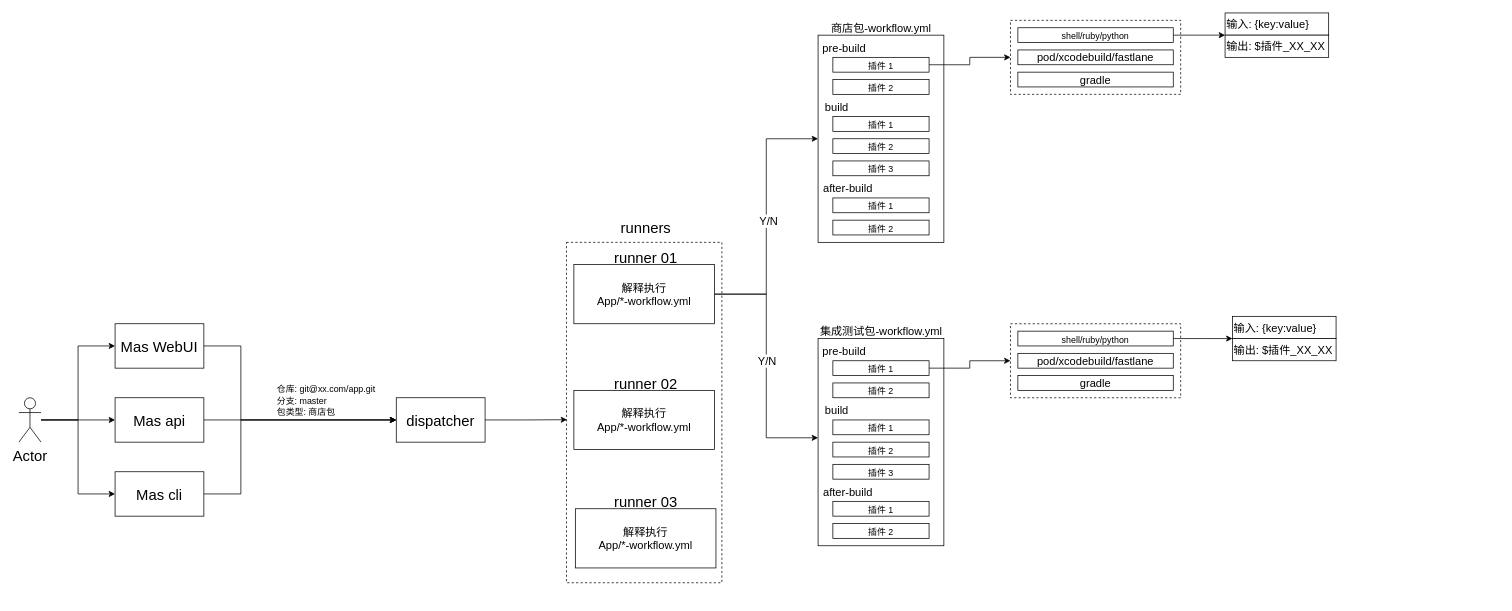
Before: page "Page-4" (4 of 4) of Untitled Diagram.drawio in chutaiyangxiayutian/mlanes, a draw.io diagram. Source tidied: cells renumbered, new cells numbered last; positions are measured from the earlier drawing's top-left corner, leaving out a move shared by most shapes. Both pictures are drawn from the tidied source at 74%, with x=0, y=0 at pixel (18, 13).
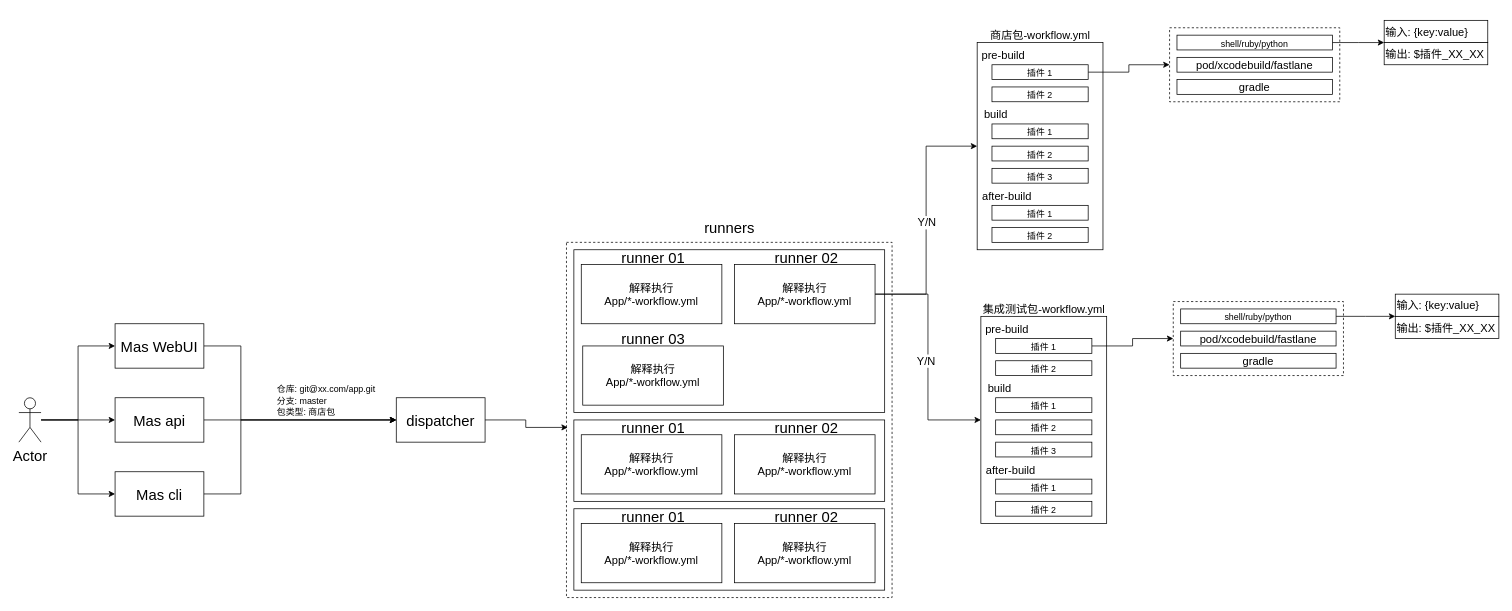
The same diagram, later.

The edit, as a diff of the source:
```diff
@@
+    <mxCell id="3" style="rounded=0;whiteSpace=wrap;html=1;fontSize=20;align=center;dashed=1;" parent="1" vertex="1">
+      <mxGeometry x="740" y="310" width="440" height="480" as="geometry" />
+    </mxCell>
+    <mxCell id="67" style="rounded=0;whiteSpace=wrap;html=1;fontSize=15;align=left;" parent="1" vertex="1">
+      <mxGeometry x="750" y="320" width="420" height="220" as="geometry" />
+    </mxCell>
     <mxCell id="2" style="rounded=0;whiteSpace=wrap;html=1;fontSize=20;align=center;dashed=1;" parent="1" vertex="1">
-      <mxGeometry x="1340" y="10" width="230" height="100" as="geometry" />
+      <mxGeometry x="1555" y="20" width="230" height="100" as="geometry" />
     </mxCell>
-    <mxCell id="3" style="rounded=0;whiteSpace=wrap;html=1;fontSize=20;align=center;dashed=1;" parent="1" vertex="1">
-      <mxGeometry x="740" y="310" width="210" height="460" as="geometry" />
-    </mxCell>
@@
-    <mxCell id="17" style="edgeStyle=orthogonalEdgeStyle;rounded=0;jettySize=auto;html=1;entryX=0;entryY=0.479;entryDx=0;entryDy=0;entryPerimeter=0;fontSize=15;" parent="1" edge="1" source="21" target="44">
-      <mxGeometry relative="1" as="geometry" />
-    </mxCell>
-    <mxCell id="18" value="Y/N" style="edgeLabel;html=1;align=center;verticalAlign=middle;fontSize=15;" parent="17" vertex="1">
-      <mxGeometry x="-0.05" relative="1" as="geometry" />
-    </mxCell>
-    <mxCell id="19" style="edgeStyle=orthogonalEdgeStyle;rounded=0;jettySize=auto;html=1;entryX=0;entryY=0.5;entryDx=0;entryDy=0;fontSize=15;" parent="1" edge="1" source="21" target="26">
-      <mxGeometry relative="1" as="geometry" />
-    </mxCell>
-    <mxCell id="20" value="Y/N" style="edgeLabel;html=1;align=center;verticalAlign=middle;fontSize=15;" parent="19" vertex="1">
-      <mxGeometry x="-0.03" y="-1" relative="1" as="geometry">
-        <mxPoint x="1" as="offset" />
-      </mxGeometry>
-    </mxCell>
     <mxCell id="21" value="&lt;font style=&quot;font-size: 15px&quot;&gt;解释执行 &lt;br&gt;App/*-workflow.yml&lt;/font&gt;" style="rounded=0;whiteSpace=wrap;html=1;fontSize=12;align=center;" parent="1" vertex="1">
-      <mxGeometry x="750" y="340" width="190" height="80" as="geometry" />
+      <mxGeometry x="760" y="340" width="190" height="80" as="geometry" />
     </mxCell>
     <mxCell id="22" value="&lt;span style=&quot;font-size: 20px&quot;&gt;runner 01&lt;/span&gt;" style="text;html=1;align=center;verticalAlign=middle;strokeColor=none;fillColor=none;fontSize=12;" parent="1" vertex="1">
-      <mxGeometry x="797" y="320" width="100" height="20" as="geometry" />
+      <mxGeometry x="807" y="320" width="100" height="20" as="geometry" />
     </mxCell>
     <mxCell id="23" value="&lt;span style=&quot;font-size: 20px&quot;&gt;runner 02&lt;/span&gt;" style="text;html=1;align=center;verticalAlign=middle;strokeColor=none;fillColor=none;fontSize=12;" parent="1" vertex="1">
-      <mxGeometry x="797" y="490" width="100" height="20" as="geometry" />
+      <mxGeometry x="1014" y="320" width="100" height="20" as="geometry" />
     </mxCell>
     <mxCell id="24" value="&lt;span style=&quot;font-size: 20px&quot;&gt;runner 03&lt;/span&gt;" style="text;html=1;align=center;verticalAlign=middle;strokeColor=none;fillColor=none;fontSize=12;" parent="1" vertex="1">
-      <mxGeometry x="797" y="650" width="100" height="20" as="geometry" />
+      <mxGeometry x="807" y="430" width="100" height="20" as="geometry" />
     </mxCell>
     <mxCell id="25" value="&lt;span style=&quot;font-size: 20px&quot;&gt;runners&lt;/span&gt;" style="text;html=1;align=center;verticalAlign=middle;strokeColor=none;fillColor=none;fontSize=12;" parent="1" vertex="1">
-      <mxGeometry x="807" y="280" width="80" height="20" as="geometry" />
+      <mxGeometry x="920" y="280" width="80" height="20" as="geometry" />
     </mxCell>
     <mxCell id="26" style="rounded=0;whiteSpace=wrap;html=1;fontSize=20;align=center;" parent="1" vertex="1">
-      <mxGeometry x="1080" y="30" width="170" height="280" as="geometry" />
+      <mxGeometry x="1295" y="40" width="170" height="280" as="geometry" />
     </mxCell>
     <mxCell id="27" value="&lt;font style=&quot;font-size: 15px&quot;&gt;pre-build&lt;/font&gt;" style="text;html=1;align=center;verticalAlign=middle;strokeColor=none;fillColor=none;fontSize=20;" parent="1" vertex="1">
-      <mxGeometry x="1080" y="30" width="70" height="30" as="geometry" />
+      <mxGeometry x="1295" y="40" width="70" height="30" as="geometry" />
     </mxCell>
@@
     <mxCell id="29" value="&lt;font style=&quot;font-size: 12px&quot;&gt;插件 1&lt;/font&gt;" style="rounded=0;whiteSpace=wrap;html=1;fontSize=15;align=center;" parent="1" vertex="1">
-      <mxGeometry x="1100" y="60" width="130" height="20" as="geometry" />
+      <mxGeometry x="1315" y="70" width="130" height="20" as="geometry" />
     </mxCell>
     <mxCell id="30" value="&lt;font style=&quot;font-size: 12px&quot;&gt;插件 2&lt;/font&gt;" style="rounded=0;whiteSpace=wrap;html=1;fontSize=15;align=center;" parent="1" vertex="1">
-      <mxGeometry x="1100" y="90" width="130" height="20" as="geometry" />
+      <mxGeometry x="1315" y="100" width="130" height="20" as="geometry" />
     </mxCell>
     <mxCell id="31" value="&lt;font style=&quot;font-size: 15px&quot;&gt;build&lt;/font&gt;" style="text;html=1;align=center;verticalAlign=middle;strokeColor=none;fillColor=none;fontSize=20;" parent="1" vertex="1">
-      <mxGeometry x="1080" y="110" width="50" height="30" as="geometry" />
+      <mxGeometry x="1295" y="120" width="50" height="30" as="geometry" />
     </mxCell>
     <mxCell id="32" value="&lt;font style=&quot;font-size: 12px&quot;&gt;插件 1&lt;/font&gt;" style="rounded=0;whiteSpace=wrap;html=1;fontSize=15;align=center;" parent="1" vertex="1">
-      <mxGeometry x="1100" y="140" width="130" height="20" as="geometry" />
+      <mxGeometry x="1315" y="150" width="130" height="20" as="geometry" />
     </mxCell>
     <mxCell id="33" value="&lt;font style=&quot;font-size: 12px&quot;&gt;插件 2&lt;/font&gt;" style="rounded=0;whiteSpace=wrap;html=1;fontSize=15;align=center;" parent="1" vertex="1">
-      <mxGeometry x="1100" y="170" width="130" height="20" as="geometry" />
+      <mxGeometry x="1315" y="180" width="130" height="20" as="geometry" />
     </mxCell>
     <mxCell id="34" value="&lt;font style=&quot;font-size: 12px&quot;&gt;插件 3&lt;/font&gt;" style="rounded=0;whiteSpace=wrap;html=1;fontSize=15;align=center;" parent="1" vertex="1">
-      <mxGeometry x="1100" y="200" width="130" height="20" as="geometry" />
+      <mxGeometry x="1315" y="210" width="130" height="20" as="geometry" />
     </mxCell>
     <mxCell id="35" value="&lt;font style=&quot;font-size: 15px&quot;&gt;after-build&lt;/font&gt;" style="text;html=1;align=center;verticalAlign=middle;strokeColor=none;fillColor=none;fontSize=20;" parent="1" vertex="1">
-      <mxGeometry x="1080" y="220" width="80" height="30" as="geometry" />
+      <mxGeometry x="1295" y="230" width="80" height="30" as="geometry" />
     </mxCell>
     <mxCell id="36" value="&lt;font style=&quot;font-size: 12px&quot;&gt;插件 1&lt;/font&gt;" style="rounded=0;whiteSpace=wrap;html=1;fontSize=15;align=center;" parent="1" vertex="1">
-      <mxGeometry x="1100" y="250" width="130" height="20" as="geometry" />
+      <mxGeometry x="1315" y="260" width="130" height="20" as="geometry" />
     </mxCell>
     <mxCell id="37" value="&lt;font style=&quot;font-size: 12px&quot;&gt;插件 2&lt;/font&gt;" style="rounded=0;whiteSpace=wrap;html=1;fontSize=15;align=center;" parent="1" vertex="1">
-      <mxGeometry x="1100" y="280" width="130" height="20" as="geometry" />
+      <mxGeometry x="1315" y="290" width="130" height="20" as="geometry" />
     </mxCell>
     <mxCell id="38" value="&lt;font style=&quot;font-size: 15px&quot;&gt;商店包-workflow.yml&lt;/font&gt;" style="text;html=1;align=center;verticalAlign=middle;strokeColor=none;fillColor=none;fontSize=12;" parent="1" vertex="1">
-      <mxGeometry x="1090" y="10" width="150" height="20" as="geometry" />
+      <mxGeometry x="1305" y="20" width="150" height="20" as="geometry" />
     </mxCell>
     <mxCell id="39" style="edgeStyle=orthogonalEdgeStyle;rounded=0;jettySize=auto;html=1;fontSize=15;" parent="1" edge="1" source="40">
       <mxGeometry relative="1" as="geometry">
-        <mxPoint x="1630" y="30" as="targetPoint" />
+        <mxPoint x="1845" y="40" as="targetPoint" />
       </mxGeometry>
     </mxCell>
     <mxCell id="40" value="&lt;font style=&quot;font-size: 12px&quot;&gt;shell/&lt;/font&gt;&lt;span style=&quot;font-size: 12px&quot;&gt;ruby/python&lt;/span&gt;" style="rounded=0;whiteSpace=wrap;html=1;fontSize=15;align=center;" parent="1" vertex="1">
-      <mxGeometry x="1350" y="20" width="210" height="20" as="geometry" />
+      <mxGeometry x="1565" y="30" width="210" height="20" as="geometry" />
     </mxCell>
     <mxCell id="41" value="pod/xcodebuild/fastlane" style="rounded=0;whiteSpace=wrap;html=1;fontSize=15;align=center;" parent="1" vertex="1">
-      <mxGeometry x="1350" y="50" width="210" height="20" as="geometry" />
+      <mxGeometry x="1565" y="60" width="210" height="20" as="geometry" />
     </mxCell>
     <mxCell id="42" value="gradle" style="rounded=0;whiteSpace=wrap;html=1;fontSize=15;align=center;" parent="1" vertex="1">
-      <mxGeometry x="1350" y="80" width="210" height="20" as="geometry" />
+      <mxGeometry x="1565" y="90" width="210" height="20" as="geometry" />
     </mxCell>
     <mxCell id="43" style="rounded=0;whiteSpace=wrap;html=1;fontSize=20;align=center;dashed=1;" parent="1" vertex="1">
-      <mxGeometry x="1340" y="420" width="230" height="100" as="geometry" />
+      <mxGeometry x="1560" y="390" width="230" height="100" as="geometry" />
     </mxCell>
     <mxCell id="44" style="rounded=0;whiteSpace=wrap;html=1;fontSize=20;align=center;" parent="1" vertex="1">
-      <mxGeometry x="1080" y="440" width="170" height="280" as="geometry" />
+      <mxGeometry x="1300" y="410" width="170" height="280" as="geometry" />
     </mxCell>
     <mxCell id="45" value="&lt;font style=&quot;font-size: 15px&quot;&gt;pre-build&lt;/font&gt;" style="text;html=1;align=center;verticalAlign=middle;strokeColor=none;fillColor=none;fontSize=20;" parent="1" vertex="1">
-      <mxGeometry x="1080" y="440" width="70" height="30" as="geometry" />
+      <mxGeometry x="1300" y="410" width="70" height="30" as="geometry" />
     </mxCell>
@@
     <mxCell id="47" value="&lt;font style=&quot;font-size: 12px&quot;&gt;插件 1&lt;/font&gt;" style="rounded=0;whiteSpace=wrap;html=1;fontSize=15;align=center;" parent="1" vertex="1">
-      <mxGeometry x="1100" y="470" width="130" height="20" as="geometry" />
+      <mxGeometry x="1320" y="440" width="130" height="20" as="geometry" />
     </mxCell>
     <mxCell id="48" value="&lt;font style=&quot;font-size: 12px&quot;&gt;插件 2&lt;/font&gt;" style="rounded=0;whiteSpace=wrap;html=1;fontSize=15;align=center;" parent="1" vertex="1">
-      <mxGeometry x="1100" y="500" width="130" height="20" as="geometry" />
+      <mxGeometry x="1320" y="470" width="130" height="20" as="geometry" />
     </mxCell>
     <mxCell id="49" value="&lt;font style=&quot;font-size: 15px&quot;&gt;build&lt;/font&gt;" style="text;html=1;align=center;verticalAlign=middle;strokeColor=none;fillColor=none;fontSize=20;" parent="1" vertex="1">
-      <mxGeometry x="1080" y="520" width="50" height="30" as="geometry" />
+      <mxGeometry x="1300" y="490" width="50" height="30" as="geometry" />
     </mxCell>
     <mxCell id="50" value="&lt;font style=&quot;font-size: 12px&quot;&gt;插件 1&lt;/font&gt;" style="rounded=0;whiteSpace=wrap;html=1;fontSize=15;align=center;" parent="1" vertex="1">
-      <mxGeometry x="1100" y="550" width="130" height="20" as="geometry" />
+      <mxGeometry x="1320" y="520" width="130" height="20" as="geometry" />
     </mxCell>
     <mxCell id="51" value="&lt;font style=&quot;font-size: 12px&quot;&gt;插件 2&lt;/font&gt;" style="rounded=0;whiteSpace=wrap;html=1;fontSize=15;align=center;" parent="1" vertex="1">
-      <mxGeometry x="1100" y="580" width="130" height="20" as="geometry" />
+      <mxGeometry x="1320" y="550" width="130" height="20" as="geometry" />
     </mxCell>
     <mxCell id="52" value="&lt;font style=&quot;font-size: 12px&quot;&gt;插件 3&lt;/font&gt;" style="rounded=0;whiteSpace=wrap;html=1;fontSize=15;align=center;" parent="1" vertex="1">
-      <mxGeometry x="1100" y="610" width="130" height="20" as="geometry" />
+      <mxGeometry x="1320" y="580" width="130" height="20" as="geometry" />
     </mxCell>
     <mxCell id="53" value="&lt;font style=&quot;font-size: 15px&quot;&gt;after-build&lt;/font&gt;" style="text;html=1;align=center;verticalAlign=middle;strokeColor=none;fillColor=none;fontSize=20;" parent="1" vertex="1">
-      <mxGeometry x="1080" y="630" width="80" height="30" as="geometry" />
+      <mxGeometry x="1300" y="600" width="80" height="30" as="geometry" />
     </mxCell>
     <mxCell id="54" value="&lt;font style=&quot;font-size: 12px&quot;&gt;插件 1&lt;/font&gt;" style="rounded=0;whiteSpace=wrap;html=1;fontSize=15;align=center;" parent="1" vertex="1">
-      <mxGeometry x="1100" y="660" width="130" height="20" as="geometry" />
+      <mxGeometry x="1320" y="630" width="130" height="20" as="geometry" />
     </mxCell>
     <mxCell id="55" value="&lt;font style=&quot;font-size: 12px&quot;&gt;插件 2&lt;/font&gt;" style="rounded=0;whiteSpace=wrap;html=1;fontSize=15;align=center;" parent="1" vertex="1">
-      <mxGeometry x="1100" y="690" width="130" height="20" as="geometry" />
+      <mxGeometry x="1320" y="660" width="130" height="20" as="geometry" />
     </mxCell>
     <mxCell id="56" value="&lt;font style=&quot;font-size: 15px&quot;&gt;集成测试包-workflow.yml&lt;/font&gt;" style="text;html=1;align=center;verticalAlign=middle;strokeColor=none;fillColor=none;fontSize=12;" parent="1" vertex="1">
-      <mxGeometry x="1075" y="420" width="180" height="20" as="geometry" />
+      <mxGeometry x="1295" y="390" width="180" height="20" as="geometry" />
     </mxCell>
     <mxCell id="57" style="edgeStyle=orthogonalEdgeStyle;rounded=0;jettySize=auto;html=1;fontSize=15;" parent="1" edge="1" source="58">
       <mxGeometry relative="1" as="geometry">
-        <mxPoint x="1640" y="440" as="targetPoint" />
+        <mxPoint x="1860" y="410" as="targetPoint" />
       </mxGeometry>
     </mxCell>
     <mxCell id="58" value="&lt;font style=&quot;font-size: 12px&quot;&gt;shell/&lt;/font&gt;&lt;span style=&quot;font-size: 12px&quot;&gt;ruby/python&lt;/span&gt;" style="rounded=0;whiteSpace=wrap;html=1;fontSize=15;align=center;" parent="1" vertex="1">
-      <mxGeometry x="1350" y="430" width="210" height="20" as="geometry" />
+      <mxGeometry x="1570" y="400" width="210" height="20" as="geometry" />
     </mxCell>
     <mxCell id="59" value="pod/xcodebuild/fastlane" style="rounded=0;whiteSpace=wrap;html=1;fontSize=15;align=center;" parent="1" vertex="1">
-      <mxGeometry x="1350" y="460" width="210" height="20" as="geometry" />
+      <mxGeometry x="1570" y="430" width="210" height="20" as="geometry" />
     </mxCell>
     <mxCell id="60" value="gradle" style="rounded=0;whiteSpace=wrap;html=1;fontSize=15;align=center;" parent="1" vertex="1">
-      <mxGeometry x="1350" y="490" width="210" height="20" as="geometry" />
+      <mxGeometry x="1570" y="460" width="210" height="20" as="geometry" />
     </mxCell>
+    <mxCell id="68" style="edgeStyle=orthogonalEdgeStyle;rounded=0;jettySize=auto;html=1;entryX=0;entryY=0.5;entryDx=0;entryDy=0;fontSize=15;" parent="1" edge="1" source="61" target="26">
+      <mxGeometry relative="1" as="geometry" />
+    </mxCell>
+    <mxCell id="69" value="Y/N" style="edgeLabel;html=1;align=center;verticalAlign=middle;fontSize=15;" parent="68" vertex="1">
+      <mxGeometry x="-0.01" relative="1" as="geometry" />
+    </mxCell>
+    <mxCell id="70" style="edgeStyle=orthogonalEdgeStyle;rounded=0;jettySize=auto;html=1;entryX=0;entryY=0.5;entryDx=0;entryDy=0;fontSize=15;" parent="1" edge="1" source="61" target="44">
+      <mxGeometry relative="1" as="geometry" />
+    </mxCell>
+    <mxCell id="71" value="Y/N" style="edgeLabel;html=1;align=center;verticalAlign=middle;fontSize=15;" parent="70" vertex="1">
+      <mxGeometry x="0.03" y="-3" relative="1" as="geometry" />
+    </mxCell>
     <mxCell id="61" value="&lt;font style=&quot;font-size: 15px&quot;&gt;解释执行 &lt;br&gt;App/*-workflow.yml&lt;/font&gt;" style="rounded=0;whiteSpace=wrap;html=1;fontSize=12;align=center;" parent="1" vertex="1">
-      <mxGeometry x="750" y="510" width="190" height="80" as="geometry" />
+      <mxGeometry x="967" y="340" width="190" height="80" as="geometry" />
     </mxCell>
     <mxCell id="62" value="&lt;font style=&quot;font-size: 15px&quot;&gt;解释执行 &lt;br&gt;App/*-workflow.yml&lt;/font&gt;" style="rounded=0;whiteSpace=wrap;html=1;fontSize=12;align=center;" parent="1" vertex="1">
-      <mxGeometry x="752" y="670" width="190" height="80" as="geometry" />
+      <mxGeometry x="762" y="450" width="190" height="80" as="geometry" />
     </mxCell>
     <mxCell id="63" value="输入: {key:value}" style="rounded=0;whiteSpace=wrap;html=1;fontSize=15;align=left;" parent="1" vertex="1">
-      <mxGeometry x="1630" width="140" height="30" as="geometry" />
+      <mxGeometry x="1845" y="10" width="140" height="30" as="geometry" />
     </mxCell>
     <mxCell id="64" value="输出: $插件_XX_XX" style="rounded=0;whiteSpace=wrap;html=1;fontSize=15;align=left;" parent="1" vertex="1">
-      <mxGeometry x="1630" y="30" width="140" height="30" as="geometry" />
+      <mxGeometry x="1845" y="40" width="140" height="30" as="geometry" />
     </mxCell>
     <mxCell id="65" value="输入: {key:value}" style="rounded=0;whiteSpace=wrap;html=1;fontSize=15;align=left;" parent="1" vertex="1">
-      <mxGeometry x="1640" y="410" width="140" height="30" as="geometry" />
+      <mxGeometry x="1860" y="380" width="140" height="30" as="geometry" />
     </mxCell>
     <mxCell id="66" value="输出: $插件_XX_XX" style="rounded=0;whiteSpace=wrap;html=1;fontSize=15;align=left;" parent="1" vertex="1">
-      <mxGeometry x="1640" y="440" width="140" height="30" as="geometry" />
+      <mxGeometry x="1860" y="410" width="140" height="30" as="geometry" />
     </mxCell>
+    <mxCell id="72" style="rounded=0;whiteSpace=wrap;html=1;fontSize=15;align=left;" parent="1" vertex="1">
+      <mxGeometry x="750" y="550" width="420" height="110" as="geometry" />
+    </mxCell>
+    <mxCell id="73" value="&lt;font style=&quot;font-size: 15px&quot;&gt;解释执行 &lt;br&gt;App/*-workflow.yml&lt;/font&gt;" style="rounded=0;whiteSpace=wrap;html=1;fontSize=12;align=center;" parent="1" vertex="1">
+      <mxGeometry x="760" y="570" width="190" height="80" as="geometry" />
+    </mxCell>
+    <mxCell id="74" value="&lt;span style=&quot;font-size: 20px&quot;&gt;runner 01&lt;/span&gt;" style="text;html=1;align=center;verticalAlign=middle;strokeColor=none;fillColor=none;fontSize=12;" parent="1" vertex="1">
+      <mxGeometry x="807" y="550" width="100" height="20" as="geometry" />
+    </mxCell>
+    <mxCell id="75" value="&lt;font style=&quot;font-size: 15px&quot;&gt;解释执行 &lt;br&gt;App/*-workflow.yml&lt;/font&gt;" style="rounded=0;whiteSpace=wrap;html=1;fontSize=12;align=center;" parent="1" vertex="1">
+      <mxGeometry x="967" y="570" width="190" height="80" as="geometry" />
+    </mxCell>
+    <mxCell id="76" value="&lt;span style=&quot;font-size: 20px&quot;&gt;runner 02&lt;/span&gt;" style="text;html=1;align=center;verticalAlign=middle;strokeColor=none;fillColor=none;fontSize=12;" parent="1" vertex="1">
+      <mxGeometry x="1014" y="550" width="100" height="20" as="geometry" />
+    </mxCell>
+    <mxCell id="77" style="rounded=0;whiteSpace=wrap;html=1;fontSize=15;align=left;" parent="1" vertex="1">
+      <mxGeometry x="750" y="670" width="420" height="110" as="geometry" />
+    </mxCell>
+    <mxCell id="78" value="&lt;font style=&quot;font-size: 15px&quot;&gt;解释执行 &lt;br&gt;App/*-workflow.yml&lt;/font&gt;" style="rounded=0;whiteSpace=wrap;html=1;fontSize=12;align=center;" parent="1" vertex="1">
+      <mxGeometry x="760" y="690" width="190" height="80" as="geometry" />
+    </mxCell>
+    <mxCell id="79" value="&lt;span style=&quot;font-size: 20px&quot;&gt;runner 01&lt;/span&gt;" style="text;html=1;align=center;verticalAlign=middle;strokeColor=none;fillColor=none;fontSize=12;" parent="1" vertex="1">
+      <mxGeometry x="807" y="670" width="100" height="20" as="geometry" />
+    </mxCell>
+    <mxCell id="80" value="&lt;font style=&quot;font-size: 15px&quot;&gt;解释执行 &lt;br&gt;App/*-workflow.yml&lt;/font&gt;" style="rounded=0;whiteSpace=wrap;html=1;fontSize=12;align=center;" parent="1" vertex="1">
+      <mxGeometry x="967" y="690" width="190" height="80" as="geometry" />
+    </mxCell>
+    <mxCell id="81" value="&lt;span style=&quot;font-size: 20px&quot;&gt;runner 02&lt;/span&gt;" style="text;html=1;align=center;verticalAlign=middle;strokeColor=none;fillColor=none;fontSize=12;" parent="1" vertex="1">
+      <mxGeometry x="1014" y="670" width="100" height="20" as="geometry" />
+    </mxCell>
```
